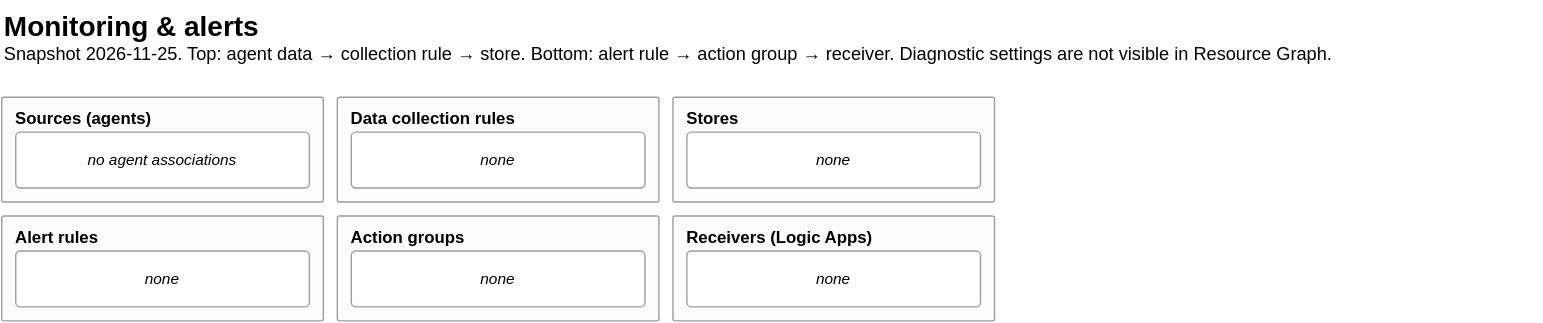
Earlier version of the draw.io export diagrams/3-monitoring.svg (musaxasmammedov7/infrastructure). Source tidied: cells renumbered, new cells last; positions are measured from the earlier drawing's top-left corner, leaving out a move shared by most shapes.
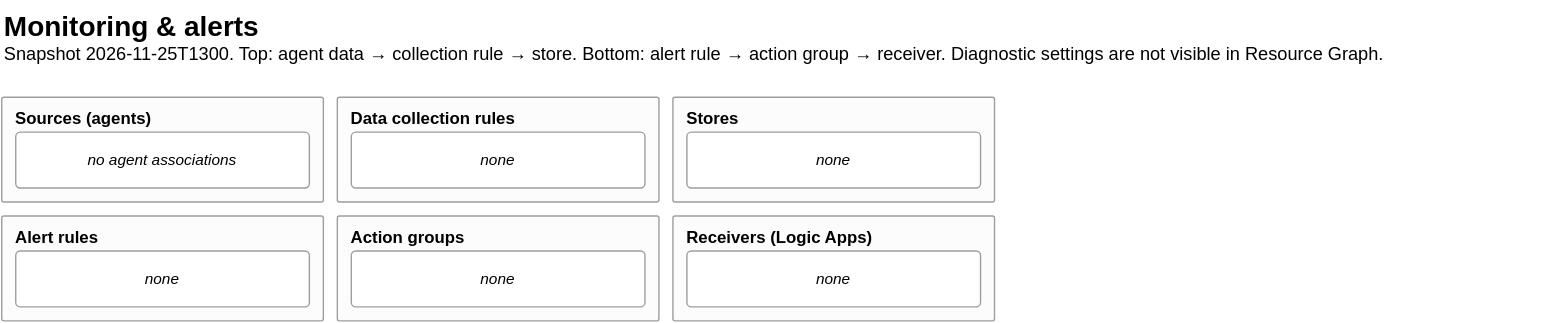
Above is the later version.

What changed in the source:
```diff
@@ -2,7 +2,7 @@
   <root>
     <mxCell id="0" />
     <mxCell id="1" parent="0" />
-    <mxCell id="2" value="&lt;b style='font-size:20px'&gt;Monitoring &amp;amp; alerts&lt;/b&gt;&lt;br&gt;Snapshot 2026-11-25. Top: agent data → collection rule → store. Bottom: alert rule → action group → receiver. Diagnostic settings are not visible in Resource Graph." style="text;html=1;whiteSpace=wrap;align=left;verticalAlign=top;fontSize=13;spacing=2;" parent="1" vertex="1">
+    <mxCell id="2" value="&lt;b style='font-size:20px'&gt;Monitoring &amp;amp; alerts&lt;/b&gt;&lt;br&gt;Snapshot 2026-11-25T1300. Top: agent data → collection rule → store. Bottom: alert rule → action group → receiver. Diagnostic settings are not visible in Resource Graph." style="text;html=1;whiteSpace=wrap;align=left;verticalAlign=top;fontSize=13;spacing=2;" parent="1" vertex="1">
       <mxGeometry width="1100" height="59" as="geometry" />
     </mxCell>
     <mxCell id="3" style="text;html=1;fillColor=none;strokeColor=none;" parent="1" vertex="1">
```
